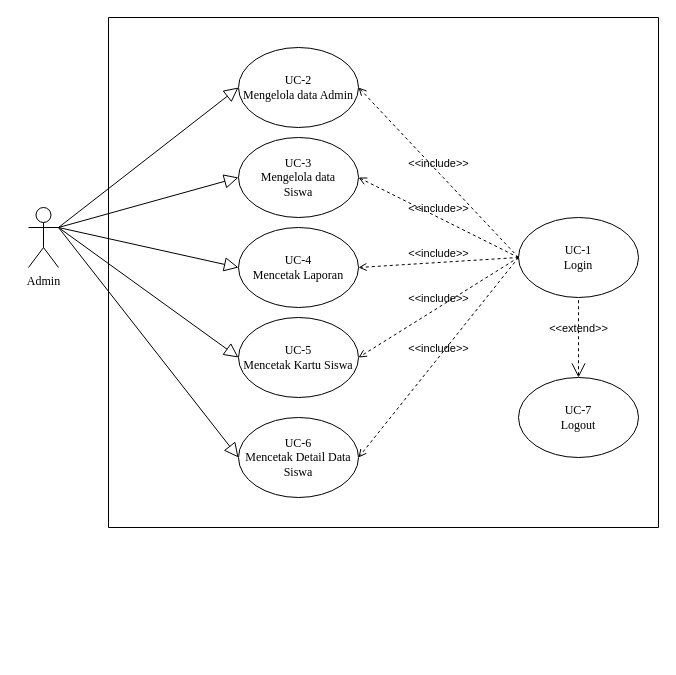
Earlier version of the draw.io diagram Usecase admin.drawio (XxGembelxX/Rancangan_KP). Source tidied: cells renumbered, new cells numbered last; positions are measured from the earlier drawing's top-left corner, leaving out a move shared by most shapes. Both pictures are drawn from the tidied source at 100%, with x=0, y=0 at pixel (28, 17).
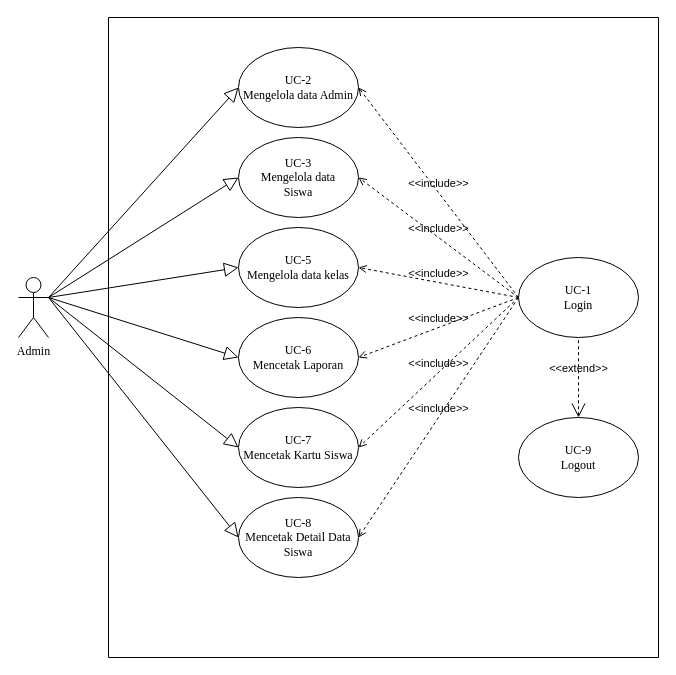
Above is the later version.

Diff of the diagram source:
```diff
@@
     <mxCell id="2" value="&lt;font face=&quot;Times New Roman&quot;&gt;Admin&lt;/font&gt;" style="shape=umlActor;verticalLabelPosition=bottom;verticalAlign=top;html=1;outlineConnect=0;" parent="1" vertex="1">
-      <mxGeometry y="190" width="30" height="60" as="geometry" />
+      <mxGeometry x="-10" y="260" width="30" height="60" as="geometry" />
     </mxCell>
@@
-    <mxCell id="5" value="&lt;font face=&quot;Times New Roman&quot;&gt;UC-4&lt;br&gt;Mencetak Laporan&lt;/font&gt;" style="ellipse;whiteSpace=wrap;html=1;" parent="1" vertex="1">
-      <mxGeometry x="210" y="210" width="120" height="80" as="geometry" />
-    </mxCell>
     <mxCell id="6" style="swimlane;startSize=0;" parent="1" vertex="1">
-      <mxGeometry x="80" width="550" height="510" as="geometry" />
+      <mxGeometry x="80" width="550" height="640" as="geometry" />
     </mxCell>
     <mxCell id="7" value="&lt;font face=&quot;Times New Roman&quot;&gt;UC-1&lt;br&gt;Login&lt;/font&gt;" style="ellipse;whiteSpace=wrap;html=1;fontStyle=0;" parent="6" vertex="1">
-      <mxGeometry x="410" y="200" width="120" height="80" as="geometry" />
+      <mxGeometry x="410" y="240" width="120" height="80" as="geometry" />
     </mxCell>
-    <mxCell id="8" value="&lt;font face=&quot;Times New Roman&quot;&gt;UC-7&lt;br&gt;Logout&lt;/font&gt;" style="ellipse;whiteSpace=wrap;html=1;fontStyle=0;" parent="6" vertex="1">
-      <mxGeometry x="410" y="360" width="120" height="80" as="geometry" />
+    <mxCell id="8" value="&lt;font face=&quot;Times New Roman&quot;&gt;UC-9&lt;br&gt;Logout&lt;/font&gt;" style="ellipse;whiteSpace=wrap;html=1;fontStyle=0;" parent="6" vertex="1">
+      <mxGeometry x="410" y="400" width="120" height="80" as="geometry" />
     </mxCell>
@@
-    <mxCell id="10" value="&lt;font face=&quot;Times New Roman&quot;&gt;UC-5&lt;br&gt;Mencetak Kartu Siswa&lt;/font&gt;" style="ellipse;whiteSpace=wrap;html=1;" parent="6" vertex="1">
-      <mxGeometry x="130" y="300" width="120" height="80" as="geometry" />
+    <mxCell id="10" value="&lt;font face=&quot;Times New Roman&quot;&gt;UC-7&lt;br&gt;Mencetak Kartu Siswa&lt;/font&gt;" style="ellipse;whiteSpace=wrap;html=1;" parent="6" vertex="1">
+      <mxGeometry x="130" y="390" width="120" height="80" as="geometry" />
     </mxCell>
@@
-    <mxCell id="12" value="&lt;font face=&quot;Times New Roman&quot;&gt;UC-6&lt;br&gt;Mencetak Detail Data Siswa&lt;/font&gt;" style="ellipse;whiteSpace=wrap;html=1;" parent="6" vertex="1">
-      <mxGeometry x="130" y="400" width="120" height="80" as="geometry" />
+    <mxCell id="12" value="&lt;font face=&quot;Times New Roman&quot;&gt;UC-8&lt;br&gt;Mencetak Detail Data Siswa&lt;/font&gt;" style="ellipse;whiteSpace=wrap;html=1;" parent="6" vertex="1">
+      <mxGeometry x="130" y="480" width="120" height="80" as="geometry" />
     </mxCell>
@@
+    <mxCell id="5" value="&lt;font face=&quot;Times New Roman&quot;&gt;UC-6&lt;br&gt;Mencetak Laporan&lt;/font&gt;" style="ellipse;whiteSpace=wrap;html=1;" parent="6" vertex="1">
+      <mxGeometry x="130" y="300" width="120" height="80" as="geometry" />
+    </mxCell>
+    <mxCell id="16" value="&amp;lt;&amp;lt;include&amp;gt;&amp;gt;" style="edgeStyle=none;html=1;endArrow=open;verticalAlign=bottom;dashed=1;labelBackgroundColor=none;rounded=0;exitX=0;exitY=0.5;exitDx=0;exitDy=0;entryX=1;entryY=0.5;entryDx=0;entryDy=0;" parent="6" edge="1" source="7" target="5">
+      <mxGeometry relative="1" as="geometry" />
+    </mxCell>
+    <mxCell id="22" value="&lt;font face=&quot;Times New Roman&quot;&gt;UC-5&lt;br&gt;Mengelola data kelas&lt;/font&gt;" style="ellipse;whiteSpace=wrap;html=1;" parent="6" vertex="1">
+      <mxGeometry x="130" y="210" width="120" height="80" as="geometry" />
+    </mxCell>
+    <mxCell id="23" value="&amp;lt;&amp;lt;include&amp;gt;&amp;gt;" style="edgeStyle=none;html=1;endArrow=open;verticalAlign=bottom;dashed=1;labelBackgroundColor=none;rounded=0;exitX=0;exitY=0.5;exitDx=0;exitDy=0;entryX=1;entryY=0.5;entryDx=0;entryDy=0;" parent="6" edge="1" source="7" target="22">
+      <mxGeometry relative="1" as="geometry" />
+    </mxCell>
@@
-    <mxCell id="16" value="&amp;lt;&amp;lt;include&amp;gt;&amp;gt;" style="edgeStyle=none;html=1;endArrow=open;verticalAlign=bottom;dashed=1;labelBackgroundColor=none;rounded=0;exitX=0;exitY=0.5;exitDx=0;exitDy=0;entryX=1;entryY=0.5;entryDx=0;entryDy=0;" parent="1" edge="1" source="7" target="5">
-      <mxGeometry relative="1" as="geometry" />
-    </mxCell>
@@
+    <mxCell id="24" style="edgeStyle=none;html=1;endArrow=block;endFill=0;endSize=12;verticalAlign=bottom;rounded=0;exitX=1;exitY=0.3333333333333333;exitDx=0;exitDy=0;exitPerimeter=0;entryX=0;entryY=0.5;entryDx=0;entryDy=0;" parent="1" edge="1" source="2" target="22">
+      <mxGeometry relative="1" as="geometry" />
+    </mxCell>
```
